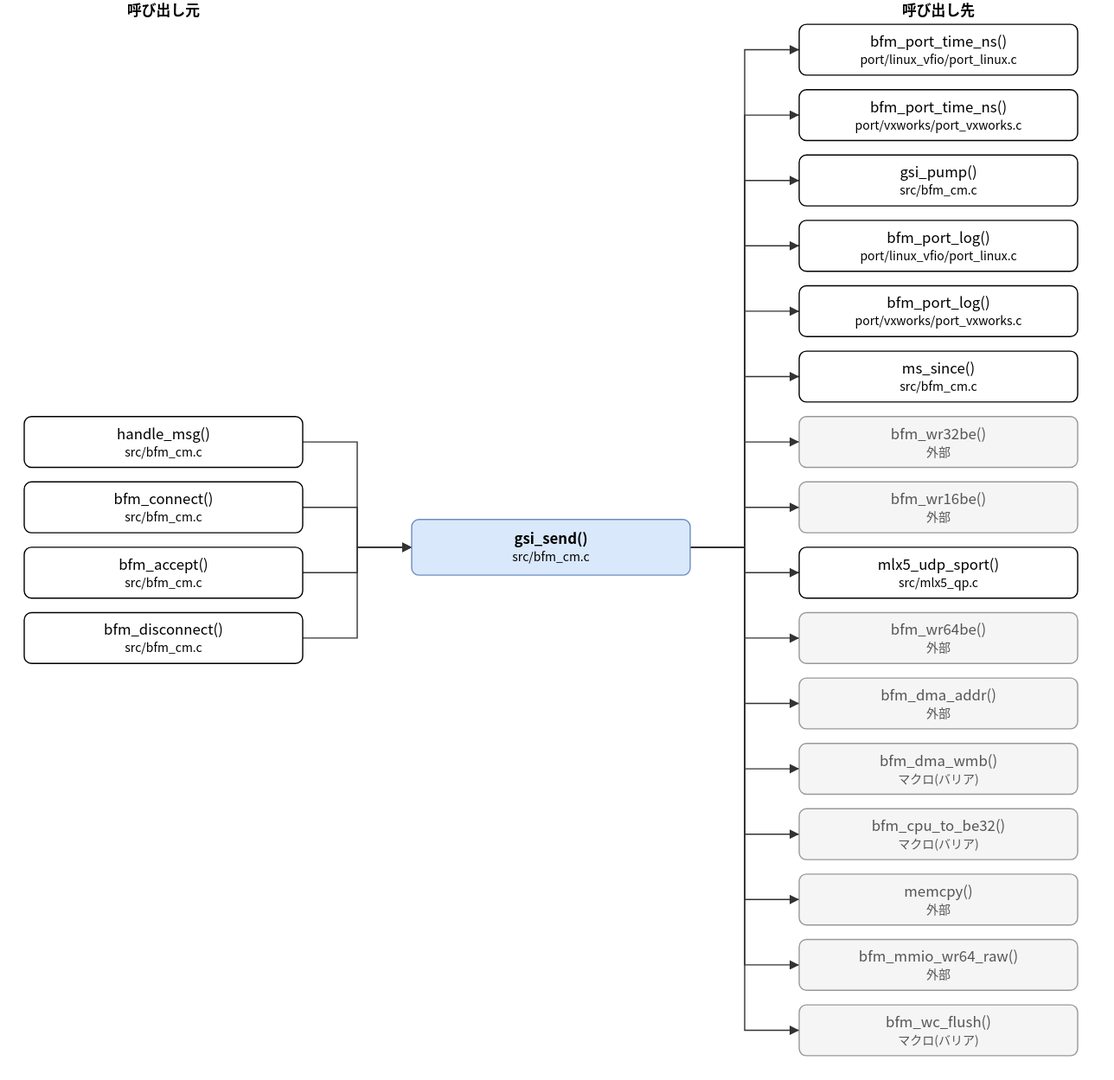
The draw.io diagram doc/spec/images/call_src_bfm_cm-gsi_send.drawio.svg in hf355051012-ai/bfmem, before a commit. Source tidied: cells renumbered, new cells last; positions are measured from the earlier drawing's top-left corner, leaving out a move shared by most shapes. The source it was exported from:
```xml
<mxGraphModel>
  <root>
    <mxCell id="0" />
    <mxCell id="1" parent="0" />
    <mxCell id="2" value="gsi_send()&lt;br&gt;&lt;font style=&quot;font-size:10px&quot;&gt;src/bfm_cm.c&lt;/font&gt;" style="rounded=1;whiteSpace=wrap;html=1;fillColor=#dae8fc;strokeColor=#6c8ebf;fontStyle=1;" parent="1" vertex="1">
      <mxGeometry x="320" y="429" width="230" height="46" as="geometry" />
    </mxCell>
    <mxCell id="3" value="handle_msg()&lt;br&gt;&lt;font style=&quot;font-size:10px&quot;&gt;src/bfm_cm.c&lt;/font&gt;" style="rounded=1;whiteSpace=wrap;html=1;" parent="1" vertex="1">
      <mxGeometry y="344" width="230" height="42" as="geometry" />
    </mxCell>
    <mxCell id="4" value="bfm_connect()&lt;br&gt;&lt;font style=&quot;font-size:10px&quot;&gt;src/bfm_cm.c&lt;/font&gt;" style="rounded=1;whiteSpace=wrap;html=1;" parent="1" vertex="1">
      <mxGeometry y="398" width="230" height="42" as="geometry" />
    </mxCell>
    <mxCell id="5" value="bfm_accept()&lt;br&gt;&lt;font style=&quot;font-size:10px&quot;&gt;src/bfm_cm.c&lt;/font&gt;" style="rounded=1;whiteSpace=wrap;html=1;" parent="1" vertex="1">
      <mxGeometry y="452" width="230" height="42" as="geometry" />
    </mxCell>
    <mxCell id="6" value="bfm_disconnect()&lt;br&gt;&lt;font style=&quot;font-size:10px&quot;&gt;src/bfm_cm.c&lt;/font&gt;" style="rounded=1;whiteSpace=wrap;html=1;" parent="1" vertex="1">
      <mxGeometry y="506" width="230" height="42" as="geometry" />
    </mxCell>
    <mxCell id="7" value="bfm_port_time_ns()&lt;br&gt;&lt;font style=&quot;font-size:10px&quot;&gt;port/linux_vfio/port_linux.c&lt;/font&gt;" style="rounded=1;whiteSpace=wrap;html=1;" parent="1" vertex="1">
      <mxGeometry x="640" y="20" width="230" height="42" as="geometry" />
    </mxCell>
    <mxCell id="8" value="bfm_port_time_ns()&lt;br&gt;&lt;font style=&quot;font-size:10px&quot;&gt;port/vxworks/port_vxworks.c&lt;/font&gt;" style="rounded=1;whiteSpace=wrap;html=1;" parent="1" vertex="1">
      <mxGeometry x="640" y="74" width="230" height="42" as="geometry" />
    </mxCell>
    <mxCell id="9" value="gsi_pump()&lt;br&gt;&lt;font style=&quot;font-size:10px&quot;&gt;src/bfm_cm.c&lt;/font&gt;" style="rounded=1;whiteSpace=wrap;html=1;" parent="1" vertex="1">
      <mxGeometry x="640" y="128" width="230" height="42" as="geometry" />
    </mxCell>
    <mxCell id="10" value="bfm_port_log()&lt;br&gt;&lt;font style=&quot;font-size:10px&quot;&gt;port/linux_vfio/port_linux.c&lt;/font&gt;" style="rounded=1;whiteSpace=wrap;html=1;" parent="1" vertex="1">
      <mxGeometry x="640" y="182" width="230" height="42" as="geometry" />
    </mxCell>
    <mxCell id="11" value="bfm_port_log()&lt;br&gt;&lt;font style=&quot;font-size:10px&quot;&gt;port/vxworks/port_vxworks.c&lt;/font&gt;" style="rounded=1;whiteSpace=wrap;html=1;" parent="1" vertex="1">
      <mxGeometry x="640" y="236" width="230" height="42" as="geometry" />
    </mxCell>
    <mxCell id="12" value="ms_since()&lt;br&gt;&lt;font style=&quot;font-size:10px&quot;&gt;src/bfm_cm.c&lt;/font&gt;" style="rounded=1;whiteSpace=wrap;html=1;" parent="1" vertex="1">
      <mxGeometry x="640" y="290" width="230" height="42" as="geometry" />
    </mxCell>
    <mxCell id="13" value="bfm_wr32be()&lt;br&gt;&lt;font style=&quot;font-size:10px&quot;&gt;外部&lt;/font&gt;" style="rounded=1;whiteSpace=wrap;html=1;fillColor=#f5f5f5;strokeColor=#999999;fontColor=#555555;" parent="1" vertex="1">
      <mxGeometry x="640" y="344" width="230" height="42" as="geometry" />
    </mxCell>
    <mxCell id="14" value="bfm_wr16be()&lt;br&gt;&lt;font style=&quot;font-size:10px&quot;&gt;外部&lt;/font&gt;" style="rounded=1;whiteSpace=wrap;html=1;fillColor=#f5f5f5;strokeColor=#999999;fontColor=#555555;" parent="1" vertex="1">
      <mxGeometry x="640" y="398" width="230" height="42" as="geometry" />
    </mxCell>
    <mxCell id="15" value="mlx5_udp_sport()&lt;br&gt;&lt;font style=&quot;font-size:10px&quot;&gt;src/mlx5_qp.c&lt;/font&gt;" style="rounded=1;whiteSpace=wrap;html=1;" parent="1" vertex="1">
      <mxGeometry x="640" y="452" width="230" height="42" as="geometry" />
    </mxCell>
    <mxCell id="16" value="bfm_wr64be()&lt;br&gt;&lt;font style=&quot;font-size:10px&quot;&gt;外部&lt;/font&gt;" style="rounded=1;whiteSpace=wrap;html=1;fillColor=#f5f5f5;strokeColor=#999999;fontColor=#555555;" parent="1" vertex="1">
      <mxGeometry x="640" y="506" width="230" height="42" as="geometry" />
    </mxCell>
    <mxCell id="17" value="bfm_dma_addr()&lt;br&gt;&lt;font style=&quot;font-size:10px&quot;&gt;外部&lt;/font&gt;" style="rounded=1;whiteSpace=wrap;html=1;fillColor=#f5f5f5;strokeColor=#999999;fontColor=#555555;" parent="1" vertex="1">
      <mxGeometry x="640" y="560" width="230" height="42" as="geometry" />
    </mxCell>
    <mxCell id="18" value="bfm_dma_wmb()&lt;br&gt;&lt;font style=&quot;font-size:10px&quot;&gt;マクロ(バリア)&lt;/font&gt;" style="rounded=1;whiteSpace=wrap;html=1;fillColor=#f5f5f5;strokeColor=#999999;fontColor=#555555;" parent="1" vertex="1">
      <mxGeometry x="640" y="614" width="230" height="42" as="geometry" />
    </mxCell>
    <mxCell id="19" value="bfm_cpu_to_be32()&lt;br&gt;&lt;font style=&quot;font-size:10px&quot;&gt;マクロ(バリア)&lt;/font&gt;" style="rounded=1;whiteSpace=wrap;html=1;fillColor=#f5f5f5;strokeColor=#999999;fontColor=#555555;" parent="1" vertex="1">
      <mxGeometry x="640" y="668" width="230" height="42" as="geometry" />
    </mxCell>
    <mxCell id="20" value="memcpy()&lt;br&gt;&lt;font style=&quot;font-size:10px&quot;&gt;外部&lt;/font&gt;" style="rounded=1;whiteSpace=wrap;html=1;fillColor=#f5f5f5;strokeColor=#999999;fontColor=#555555;" parent="1" vertex="1">
      <mxGeometry x="640" y="722" width="230" height="42" as="geometry" />
    </mxCell>
    <mxCell id="21" value="bfm_mmio_wr64_raw()&lt;br&gt;&lt;font style=&quot;font-size:10px&quot;&gt;外部&lt;/font&gt;" style="rounded=1;whiteSpace=wrap;html=1;fillColor=#f5f5f5;strokeColor=#999999;fontColor=#555555;" parent="1" vertex="1">
      <mxGeometry x="640" y="776" width="230" height="42" as="geometry" />
    </mxCell>
    <mxCell id="22" value="bfm_wc_flush()&lt;br&gt;&lt;font style=&quot;font-size:10px&quot;&gt;マクロ(バリア)&lt;/font&gt;" style="rounded=1;whiteSpace=wrap;html=1;fillColor=#f5f5f5;strokeColor=#999999;fontColor=#555555;" parent="1" vertex="1">
      <mxGeometry x="640" y="830" width="230" height="42" as="geometry" />
    </mxCell>
    <mxCell id="23" style="edgeStyle=none;html=1;rounded=0;endArrow=block;endFill=1;exitX=1.0000;exitY=0.5000;exitDx=0;exitDy=0;exitPerimeter=0;entryX=0.0000;entryY=0.5000;entryDx=0;entryDy=0;entryPerimeter=0;" parent="1" edge="1" source="3" target="2">
      <mxGeometry relative="1" as="geometry">
        <Array as="points">
          <mxPoint x="275" y="365" />
          <mxPoint x="275" y="452" />
        </Array>
      </mxGeometry>
    </mxCell>
    <mxCell id="24" style="edgeStyle=none;html=1;rounded=0;endArrow=block;endFill=1;exitX=1.0000;exitY=0.5000;exitDx=0;exitDy=0;exitPerimeter=0;entryX=0.0000;entryY=0.5000;entryDx=0;entryDy=0;entryPerimeter=0;" parent="1" edge="1" source="4" target="2">
      <mxGeometry relative="1" as="geometry">
        <Array as="points">
          <mxPoint x="275" y="419" />
          <mxPoint x="275" y="452" />
        </Array>
      </mxGeometry>
    </mxCell>
    <mxCell id="25" style="edgeStyle=none;html=1;rounded=0;endArrow=block;endFill=1;exitX=1.0000;exitY=0.5000;exitDx=0;exitDy=0;exitPerimeter=0;entryX=0.0000;entryY=0.5000;entryDx=0;entryDy=0;entryPerimeter=0;" parent="1" edge="1" source="5" target="2">
      <mxGeometry relative="1" as="geometry">
        <Array as="points">
          <mxPoint x="275" y="473" />
          <mxPoint x="275" y="452" />
        </Array>
      </mxGeometry>
    </mxCell>
    <mxCell id="26" style="edgeStyle=none;html=1;rounded=0;endArrow=block;endFill=1;exitX=1.0000;exitY=0.5000;exitDx=0;exitDy=0;exitPerimeter=0;entryX=0.0000;entryY=0.5000;entryDx=0;entryDy=0;entryPerimeter=0;" parent="1" edge="1" source="6" target="2">
      <mxGeometry relative="1" as="geometry">
        <Array as="points">
          <mxPoint x="275" y="527" />
          <mxPoint x="275" y="452" />
        </Array>
      </mxGeometry>
    </mxCell>
    <mxCell id="27" style="edgeStyle=none;html=1;rounded=0;endArrow=block;endFill=1;exitX=1.0000;exitY=0.5000;exitDx=0;exitDy=0;exitPerimeter=0;entryX=0.0000;entryY=0.5000;entryDx=0;entryDy=0;entryPerimeter=0;" parent="1" edge="1" source="2" target="7">
      <mxGeometry relative="1" as="geometry">
        <Array as="points">
          <mxPoint x="595" y="452" />
          <mxPoint x="595" y="41" />
        </Array>
      </mxGeometry>
    </mxCell>
    <mxCell id="28" style="edgeStyle=none;html=1;rounded=0;endArrow=block;endFill=1;exitX=1.0000;exitY=0.5000;exitDx=0;exitDy=0;exitPerimeter=0;entryX=0.0000;entryY=0.5000;entryDx=0;entryDy=0;entryPerimeter=0;" parent="1" edge="1" source="2" target="8">
      <mxGeometry relative="1" as="geometry">
        <Array as="points">
          <mxPoint x="595" y="452" />
          <mxPoint x="595" y="95" />
        </Array>
      </mxGeometry>
    </mxCell>
    <mxCell id="29" style="edgeStyle=none;html=1;rounded=0;endArrow=block;endFill=1;exitX=1.0000;exitY=0.5000;exitDx=0;exitDy=0;exitPerimeter=0;entryX=0.0000;entryY=0.5000;entryDx=0;entryDy=0;entryPerimeter=0;" parent="1" edge="1" source="2" target="9">
      <mxGeometry relative="1" as="geometry">
        <Array as="points">
          <mxPoint x="595" y="452" />
          <mxPoint x="595" y="149" />
        </Array>
      </mxGeometry>
    </mxCell>
    <mxCell id="30" style="edgeStyle=none;html=1;rounded=0;endArrow=block;endFill=1;exitX=1.0000;exitY=0.5000;exitDx=0;exitDy=0;exitPerimeter=0;entryX=0.0000;entryY=0.5000;entryDx=0;entryDy=0;entryPerimeter=0;" parent="1" edge="1" source="2" target="10">
      <mxGeometry relative="1" as="geometry">
        <Array as="points">
          <mxPoint x="595" y="452" />
          <mxPoint x="595" y="203" />
        </Array>
      </mxGeometry>
    </mxCell>
    <mxCell id="31" style="edgeStyle=none;html=1;rounded=0;endArrow=block;endFill=1;exitX=1.0000;exitY=0.5000;exitDx=0;exitDy=0;exitPerimeter=0;entryX=0.0000;entryY=0.5000;entryDx=0;entryDy=0;entryPerimeter=0;" parent="1" edge="1" source="2" target="11">
      <mxGeometry relative="1" as="geometry">
        <Array as="points">
          <mxPoint x="595" y="452" />
          <mxPoint x="595" y="257" />
        </Array>
      </mxGeometry>
    </mxCell>
    <mxCell id="32" style="edgeStyle=none;html=1;rounded=0;endArrow=block;endFill=1;exitX=1.0000;exitY=0.5000;exitDx=0;exitDy=0;exitPerimeter=0;entryX=0.0000;entryY=0.5000;entryDx=0;entryDy=0;entryPerimeter=0;" parent="1" edge="1" source="2" target="12">
      <mxGeometry relative="1" as="geometry">
        <Array as="points">
          <mxPoint x="595" y="452" />
          <mxPoint x="595" y="311" />
        </Array>
      </mxGeometry>
    </mxCell>
    <mxCell id="33" style="edgeStyle=none;html=1;rounded=0;endArrow=block;endFill=1;exitX=1.0000;exitY=0.5000;exitDx=0;exitDy=0;exitPerimeter=0;entryX=0.0000;entryY=0.5000;entryDx=0;entryDy=0;entryPerimeter=0;" parent="1" edge="1" source="2" target="13">
      <mxGeometry relative="1" as="geometry">
        <Array as="points">
          <mxPoint x="595" y="452" />
          <mxPoint x="595" y="365" />
        </Array>
      </mxGeometry>
    </mxCell>
    <mxCell id="34" style="edgeStyle=none;html=1;rounded=0;endArrow=block;endFill=1;exitX=1.0000;exitY=0.5000;exitDx=0;exitDy=0;exitPerimeter=0;entryX=0.0000;entryY=0.5000;entryDx=0;entryDy=0;entryPerimeter=0;" parent="1" edge="1" source="2" target="14">
      <mxGeometry relative="1" as="geometry">
        <Array as="points">
          <mxPoint x="595" y="452" />
          <mxPoint x="595" y="419" />
        </Array>
      </mxGeometry>
    </mxCell>
    <mxCell id="35" style="edgeStyle=none;html=1;rounded=0;endArrow=block;endFill=1;exitX=1.0000;exitY=0.5000;exitDx=0;exitDy=0;exitPerimeter=0;entryX=0.0000;entryY=0.5000;entryDx=0;entryDy=0;entryPerimeter=0;" parent="1" edge="1" source="2" target="15">
      <mxGeometry relative="1" as="geometry">
        <Array as="points">
          <mxPoint x="595" y="452" />
          <mxPoint x="595" y="473" />
        </Array>
      </mxGeometry>
    </mxCell>
    <mxCell id="36" style="edgeStyle=none;html=1;rounded=0;endArrow=block;endFill=1;exitX=1.0000;exitY=0.5000;exitDx=0;exitDy=0;exitPerimeter=0;entryX=0.0000;entryY=0.5000;entryDx=0;entryDy=0;entryPerimeter=0;" parent="1" edge="1" source="2" target="16">
      <mxGeometry relative="1" as="geometry">
        <Array as="points">
          <mxPoint x="595" y="452" />
          <mxPoint x="595" y="527" />
        </Array>
      </mxGeometry>
    </mxCell>
    <mxCell id="37" style="edgeStyle=none;html=1;rounded=0;endArrow=block;endFill=1;exitX=1.0000;exitY=0.5000;exitDx=0;exitDy=0;exitPerimeter=0;entryX=0.0000;entryY=0.5000;entryDx=0;entryDy=0;entryPerimeter=0;" parent="1" edge="1" source="2" target="17">
      <mxGeometry relative="1" as="geometry">
        <Array as="points">
          <mxPoint x="595" y="452" />
          <mxPoint x="595" y="581" />
        </Array>
      </mxGeometry>
    </mxCell>
    <mxCell id="38" style="edgeStyle=none;html=1;rounded=0;endArrow=block;endFill=1;exitX=1.0000;exitY=0.5000;exitDx=0;exitDy=0;exitPerimeter=0;entryX=0.0000;entryY=0.5000;entryDx=0;entryDy=0;entryPerimeter=0;" parent="1" edge="1" source="2" target="18">
      <mxGeometry relative="1" as="geometry">
        <Array as="points">
          <mxPoint x="595" y="452" />
          <mxPoint x="595" y="635" />
        </Array>
      </mxGeometry>
    </mxCell>
    <mxCell id="39" style="edgeStyle=none;html=1;rounded=0;endArrow=block;endFill=1;exitX=1.0000;exitY=0.5000;exitDx=0;exitDy=0;exitPerimeter=0;entryX=0.0000;entryY=0.5000;entryDx=0;entryDy=0;entryPerimeter=0;" parent="1" edge="1" source="2" target="19">
      <mxGeometry relative="1" as="geometry">
        <Array as="points">
          <mxPoint x="595" y="452" />
          <mxPoint x="595" y="689" />
        </Array>
      </mxGeometry>
    </mxCell>
    <mxCell id="40" style="edgeStyle=none;html=1;rounded=0;endArrow=block;endFill=1;exitX=1.0000;exitY=0.5000;exitDx=0;exitDy=0;exitPerimeter=0;entryX=0.0000;entryY=0.5000;entryDx=0;entryDy=0;entryPerimeter=0;" parent="1" edge="1" source="2" target="20">
      <mxGeometry relative="1" as="geometry">
        <Array as="points">
          <mxPoint x="595" y="452" />
          <mxPoint x="595" y="743" />
        </Array>
      </mxGeometry>
    </mxCell>
    <mxCell id="41" style="edgeStyle=none;html=1;rounded=0;endArrow=block;endFill=1;exitX=1.0000;exitY=0.5000;exitDx=0;exitDy=0;exitPerimeter=0;entryX=0.0000;entryY=0.5000;entryDx=0;entryDy=0;entryPerimeter=0;" parent="1" edge="1" source="2" target="21">
      <mxGeometry relative="1" as="geometry">
        <Array as="points">
          <mxPoint x="595" y="452" />
          <mxPoint x="595" y="797" />
        </Array>
      </mxGeometry>
    </mxCell>
    <mxCell id="42" style="edgeStyle=none;html=1;rounded=0;endArrow=block;endFill=1;exitX=1.0000;exitY=0.5000;exitDx=0;exitDy=0;exitPerimeter=0;entryX=0.0000;entryY=0.5000;entryDx=0;entryDy=0;entryPerimeter=0;" parent="1" edge="1" source="2" target="22">
      <mxGeometry relative="1" as="geometry">
        <Array as="points">
          <mxPoint x="595" y="452" />
          <mxPoint x="595" y="851" />
        </Array>
      </mxGeometry>
    </mxCell>
    <mxCell id="43" value="呼び出し元" style="text;html=1;align=center;fontStyle=1;" parent="1" vertex="1">
      <mxGeometry x="35" width="160" height="18" as="geometry" />
    </mxCell>
    <mxCell id="44" value="呼び出し先" style="text;html=1;align=center;fontStyle=1;" parent="1" vertex="1">
      <mxGeometry x="675" width="160" height="18" as="geometry" />
    </mxCell>
  </root>
</mxGraphModel>
```
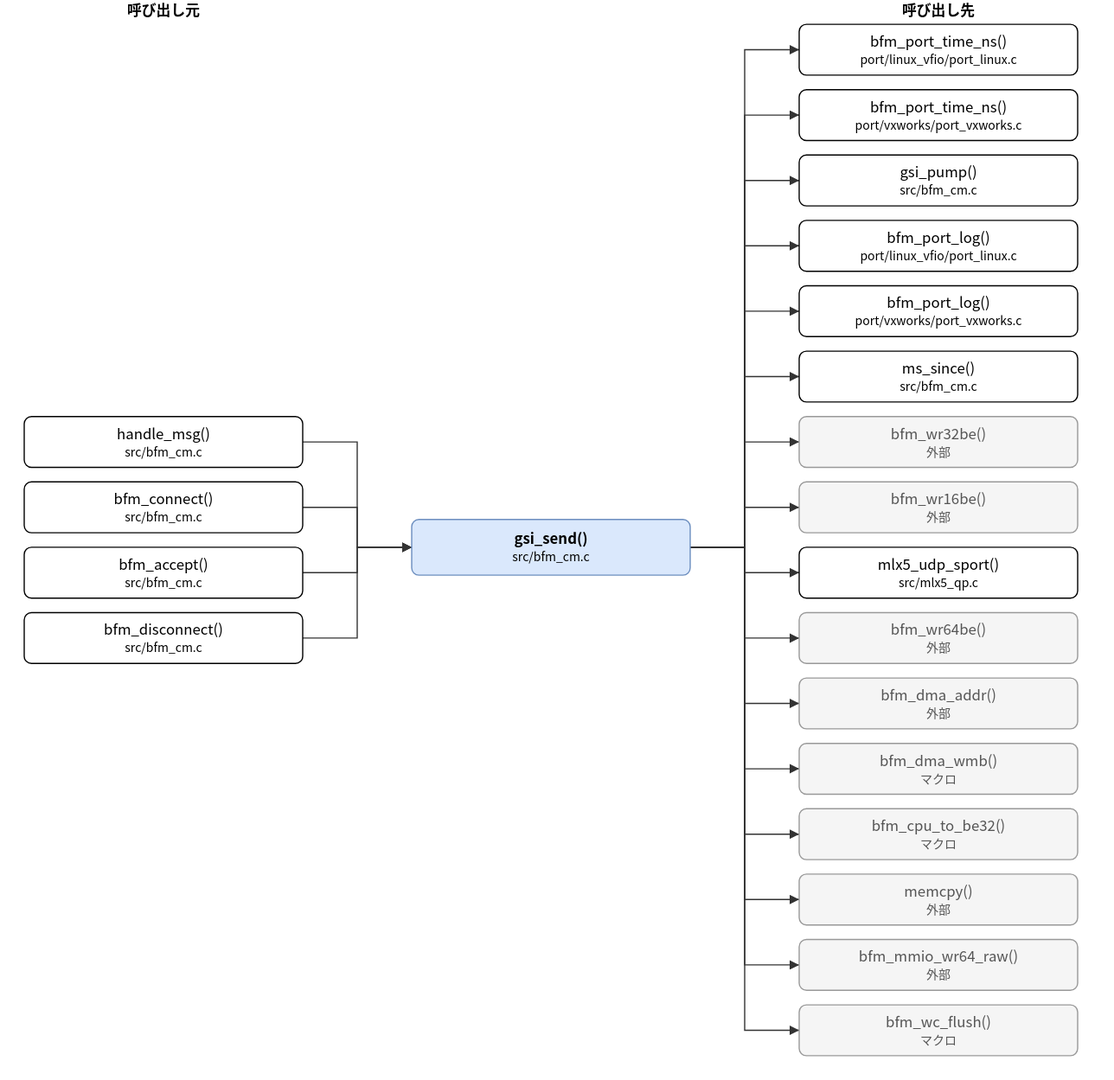
After the change.

Diff of the diagram source:
```diff
@@ -50,10 +50,10 @@
     <mxCell id="17" value="bfm_dma_addr()&lt;br&gt;&lt;font style=&quot;font-size:10px&quot;&gt;外部&lt;/font&gt;" style="rounded=1;whiteSpace=wrap;html=1;fillColor=#f5f5f5;strokeColor=#999999;fontColor=#555555;" parent="1" vertex="1">
       <mxGeometry x="640" y="560" width="230" height="42" as="geometry" />
     </mxCell>
-    <mxCell id="18" value="bfm_dma_wmb()&lt;br&gt;&lt;font style=&quot;font-size:10px&quot;&gt;マクロ(バリア)&lt;/font&gt;" style="rounded=1;whiteSpace=wrap;html=1;fillColor=#f5f5f5;strokeColor=#999999;fontColor=#555555;" parent="1" vertex="1">
+    <mxCell id="18" value="bfm_dma_wmb()&lt;br&gt;&lt;font style=&quot;font-size:10px&quot;&gt;マクロ&lt;/font&gt;" style="rounded=1;whiteSpace=wrap;html=1;fillColor=#f5f5f5;strokeColor=#999999;fontColor=#555555;" parent="1" vertex="1">
       <mxGeometry x="640" y="614" width="230" height="42" as="geometry" />
     </mxCell>
-    <mxCell id="19" value="bfm_cpu_to_be32()&lt;br&gt;&lt;font style=&quot;font-size:10px&quot;&gt;マクロ(バリア)&lt;/font&gt;" style="rounded=1;whiteSpace=wrap;html=1;fillColor=#f5f5f5;strokeColor=#999999;fontColor=#555555;" parent="1" vertex="1">
+    <mxCell id="19" value="bfm_cpu_to_be32()&lt;br&gt;&lt;font style=&quot;font-size:10px&quot;&gt;マクロ&lt;/font&gt;" style="rounded=1;whiteSpace=wrap;html=1;fillColor=#f5f5f5;strokeColor=#999999;fontColor=#555555;" parent="1" vertex="1">
       <mxGeometry x="640" y="668" width="230" height="42" as="geometry" />
     </mxCell>
     <mxCell id="20" value="memcpy()&lt;br&gt;&lt;font style=&quot;font-size:10px&quot;&gt;外部&lt;/font&gt;" style="rounded=1;whiteSpace=wrap;html=1;fillColor=#f5f5f5;strokeColor=#999999;fontColor=#555555;" parent="1" vertex="1">
@@ -62,7 +62,7 @@
     <mxCell id="21" value="bfm_mmio_wr64_raw()&lt;br&gt;&lt;font style=&quot;font-size:10px&quot;&gt;外部&lt;/font&gt;" style="rounded=1;whiteSpace=wrap;html=1;fillColor=#f5f5f5;strokeColor=#999999;fontColor=#555555;" parent="1" vertex="1">
       <mxGeometry x="640" y="776" width="230" height="42" as="geometry" />
     </mxCell>
-    <mxCell id="22" value="bfm_wc_flush()&lt;br&gt;&lt;font style=&quot;font-size:10px&quot;&gt;マクロ(バリア)&lt;/font&gt;" style="rounded=1;whiteSpace=wrap;html=1;fillColor=#f5f5f5;strokeColor=#999999;fontColor=#555555;" parent="1" vertex="1">
+    <mxCell id="22" value="bfm_wc_flush()&lt;br&gt;&lt;font style=&quot;font-size:10px&quot;&gt;マクロ&lt;/font&gt;" style="rounded=1;whiteSpace=wrap;html=1;fillColor=#f5f5f5;strokeColor=#999999;fontColor=#555555;" parent="1" vertex="1">
       <mxGeometry x="640" y="830" width="230" height="42" as="geometry" />
     </mxCell>
     <mxCell id="23" style="edgeStyle=none;html=1;rounded=0;endArrow=block;endFill=1;exitX=1.0000;exitY=0.5000;exitDx=0;exitDy=0;exitPerimeter=0;entryX=0.0000;entryY=0.5000;entryDx=0;entryDy=0;entryPerimeter=0;" parent="1" edge="1" source="3" target="2">
```
